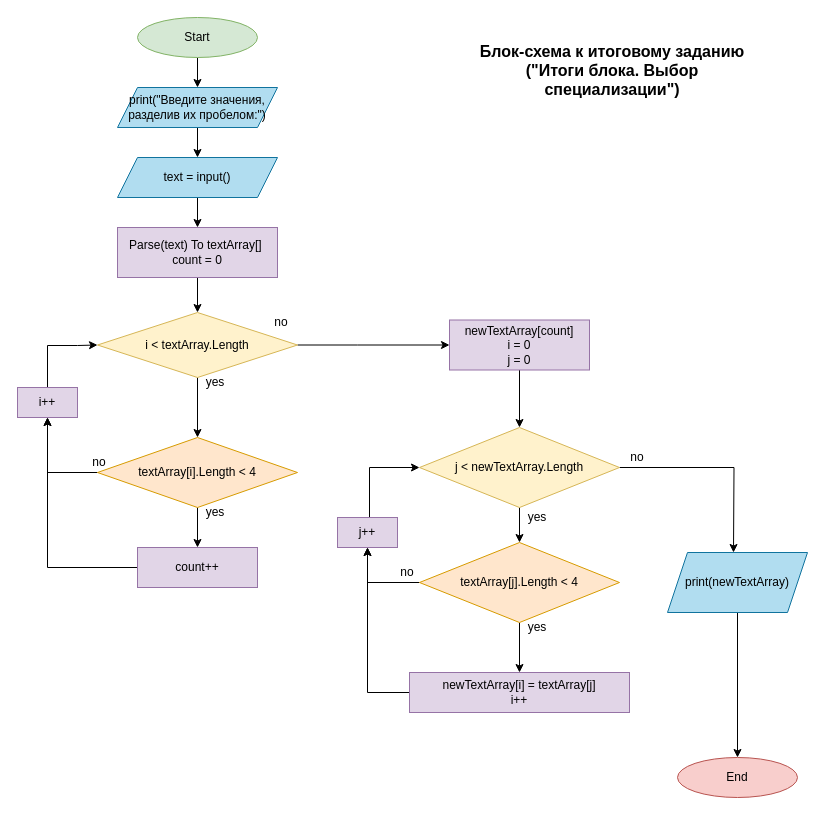
Earlier version of the draw.io diagram BlockDiagram.drawio (AlexanderFisaj/FirstFinalTask). Source tidied: cells renumbered, new cells numbered last; positions are measured from the earlier drawing's top-left corner, leaving out a move shared by most shapes. Both pictures are drawn from the tidied source at 100%, with x=0, y=0 at pixel (17, 17).
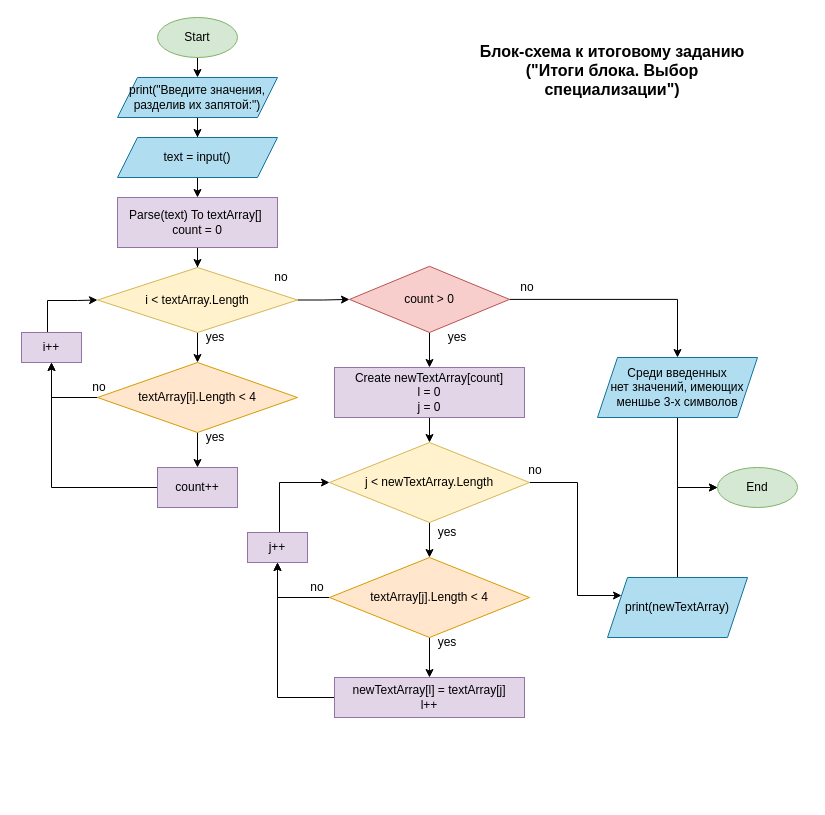
The same page after the edit.

Commit message (it also covers changes not shown here):
edited block diagrams

Change to the diagram source:
```diff
@@
     <mxCell id="3" value="Start" style="ellipse;whiteSpace=wrap;html=1;fillColor=#d5e8d4;strokeColor=#82b366;" parent="1" vertex="1">
-      <mxGeometry x="120" width="120" height="40" as="geometry" />
+      <mxGeometry x="140" width="80" height="40" as="geometry" />
     </mxCell>
-    <mxCell id="4" value="End" style="ellipse;whiteSpace=wrap;html=1;fillColor=#f8cecc;strokeColor=#b85450;" parent="1" vertex="1">
-      <mxGeometry x="660" y="740" width="120" height="40" as="geometry" />
+    <mxCell id="4" value="End" style="ellipse;whiteSpace=wrap;html=1;fillColor=#d5e8d4;strokeColor=#82b366;" parent="1" vertex="1">
+      <mxGeometry x="700" y="450" width="80" height="40" as="geometry" />
     </mxCell>
@@
-    <mxCell id="6" value="print(&quot;Введите значения, &lt;br&gt;разделив их пробелом:&quot;)" style="shape=parallelogram;perimeter=parallelogramPerimeter;whiteSpace=wrap;html=1;fixedSize=1;fillColor=#b1ddf0;strokeColor=#10739e;" parent="1" vertex="1">
-      <mxGeometry x="100" y="70" width="160" height="40" as="geometry" />
+    <mxCell id="6" value="print(&quot;Введите значения, &lt;br&gt;разделив их запятой:&quot;)" style="shape=parallelogram;perimeter=parallelogramPerimeter;whiteSpace=wrap;html=1;fixedSize=1;fillColor=#b1ddf0;strokeColor=#10739e;" parent="1" vertex="1">
+      <mxGeometry x="100" y="60" width="160" height="40" as="geometry" />
     </mxCell>
@@
     <mxCell id="8" value="text = input()" style="shape=parallelogram;perimeter=parallelogramPerimeter;whiteSpace=wrap;html=1;fixedSize=1;fillColor=#b1ddf0;strokeColor=#10739e;" parent="1" vertex="1">
-      <mxGeometry x="100" y="140" width="160" height="40" as="geometry" />
+      <mxGeometry x="100" y="120" width="160" height="40" as="geometry" />
     </mxCell>
@@
     <mxCell id="10" value="Parse(text) To textArray[]&amp;nbsp;&lt;br&gt;count = 0" style="whiteSpace=wrap;html=1;fillColor=#e1d5e7;strokeColor=#9673a6;" parent="1" vertex="1">
-      <mxGeometry x="100" y="210" width="160" height="50" as="geometry" />
+      <mxGeometry x="100" y="180" width="160" height="50" as="geometry" />
     </mxCell>
@@
-    <mxCell id="12" style="edgeStyle=orthogonalEdgeStyle;rounded=0;jettySize=auto;html=1;exitX=1;exitY=0.5;exitDx=0;exitDy=0;" parent="1" edge="1" source="13" target="24">
-      <mxGeometry relative="1" as="geometry">
-        <Array as="points">
-          <mxPoint x="340" y="328" />
-        </Array>
-      </mxGeometry>
-    </mxCell>
+    <mxCell id="44" style="edgeStyle=orthogonalEdgeStyle;rounded=0;jettySize=auto;html=1;" parent="1" edge="1" source="13" target="47">
+      <mxGeometry relative="1" as="geometry" />
+    </mxCell>
     <mxCell id="13" value="i &amp;lt; textArray.Length" style="rhombus;whiteSpace=wrap;html=1;fillColor=#fff2cc;strokeColor=#d6b656;" parent="1" vertex="1">
-      <mxGeometry x="80" y="295" width="200" height="65" as="geometry" />
+      <mxGeometry x="80" y="250" width="200" height="65" as="geometry" />
     </mxCell>
@@
     <mxCell id="16" value="textArray[i].Length &amp;lt; 4" style="rhombus;whiteSpace=wrap;html=1;fillColor=#ffe6cc;strokeColor=#d79b00;" parent="1" vertex="1">
-      <mxGeometry x="80" y="420" width="200" height="70" as="geometry" />
+      <mxGeometry x="80" y="345" width="200" height="70" as="geometry" />
     </mxCell>
@@
     <mxCell id="18" value="count++" style="whiteSpace=wrap;html=1;fillColor=#e1d5e7;strokeColor=#9673a6;" parent="1" vertex="1">
-      <mxGeometry x="120" y="530" width="120" height="40" as="geometry" />
+      <mxGeometry x="140" y="450" width="80" height="40" as="geometry" />
     </mxCell>
     <mxCell id="19" value="yes" style="text;html=1;strokeColor=none;fillColor=none;align=center;verticalAlign=middle;whiteSpace=wrap;rounded=0;" parent="1" vertex="1">
-      <mxGeometry x="180" y="360" width="36" height="10" as="geometry" />
+      <mxGeometry x="180" y="315" width="36" height="10" as="geometry" />
     </mxCell>
     <mxCell id="20" value="yes" style="text;html=1;strokeColor=none;fillColor=none;align=center;verticalAlign=middle;whiteSpace=wrap;rounded=0;" parent="1" vertex="1">
-      <mxGeometry x="180" y="490" width="36" height="10" as="geometry" />
+      <mxGeometry x="180" y="415" width="36" height="10" as="geometry" />
     </mxCell>
     <mxCell id="21" value="no" style="text;html=1;strokeColor=none;fillColor=none;align=center;verticalAlign=middle;whiteSpace=wrap;rounded=0;" parent="1" vertex="1">
-      <mxGeometry x="246" y="300" width="36" height="10" as="geometry" />
+      <mxGeometry x="246" y="255" width="36" height="10" as="geometry" />
     </mxCell>
     <mxCell id="22" value="no" style="text;html=1;strokeColor=none;fillColor=none;align=center;verticalAlign=middle;whiteSpace=wrap;rounded=0;" parent="1" vertex="1">
-      <mxGeometry x="64" y="440" width="36" height="10" as="geometry" />
+      <mxGeometry x="64" y="365" width="36" height="10" as="geometry" />
     </mxCell>
@@
-    <mxCell id="24" value="newTextArray[count]&lt;br&gt;i = 0&lt;br&gt;j = 0" style="rounded=0;whiteSpace=wrap;html=1;fillColor=#e1d5e7;strokeColor=#9673a6;" parent="1" vertex="1">
-      <mxGeometry x="432" y="302.5" width="140" height="50" as="geometry" />
+    <mxCell id="24" value="Create newTextArray[count]&lt;br&gt;l = 0&lt;br&gt;j = 0" style="rounded=0;whiteSpace=wrap;html=1;fillColor=#e1d5e7;strokeColor=#9673a6;" parent="1" vertex="1">
+      <mxGeometry x="317" y="350" width="190" height="50" as="geometry" />
     </mxCell>
@@
-    <mxCell id="26" style="edgeStyle=orthogonalEdgeStyle;rounded=0;jettySize=auto;html=1;" parent="1" edge="1" source="27">
+    <mxCell id="26" style="edgeStyle=orthogonalEdgeStyle;rounded=0;jettySize=auto;html=1;exitX=1;exitY=0.5;exitDx=0;exitDy=0;" parent="1" edge="1" source="27" target="42">
       <mxGeometry relative="1" as="geometry">
-        <mxPoint x="716" y="535" as="targetPoint" />
+        <Array as="points">
+          <mxPoint x="560" y="465" />
+          <mxPoint x="560" y="578" />
+        </Array>
       </mxGeometry>
     </mxCell>
     <mxCell id="27" value="j &amp;lt; newTextArray.Length" style="rhombus;whiteSpace=wrap;html=1;rounded=0;fillColor=#fff2cc;strokeColor=#d6b656;" parent="1" vertex="1">
-      <mxGeometry x="402" y="410" width="200" height="80" as="geometry" />
+      <mxGeometry x="312" y="425" width="200" height="80" as="geometry" />
     </mxCell>
@@
     <mxCell id="30" value="textArray[j].Length &amp;lt; 4" style="rhombus;whiteSpace=wrap;html=1;rounded=0;fillColor=#ffe6cc;strokeColor=#d79b00;" parent="1" vertex="1">
-      <mxGeometry x="402" y="525" width="200" height="80" as="geometry" />
+      <mxGeometry x="312" y="540" width="200" height="80" as="geometry" />
     </mxCell>
@@
-    <mxCell id="32" value="newTextArray[i] = textArray[j]&lt;br&gt;i++" style="whiteSpace=wrap;html=1;rounded=0;fillColor=#e1d5e7;strokeColor=#9673a6;" parent="1" vertex="1">
-      <mxGeometry x="392" y="655" width="220" height="40" as="geometry" />
+    <mxCell id="32" value="newTextArray[l] = textArray[j]&lt;br&gt;l++" style="whiteSpace=wrap;html=1;rounded=0;fillColor=#e1d5e7;strokeColor=#9673a6;" parent="1" vertex="1">
+      <mxGeometry x="317" y="660" width="190" height="40" as="geometry" />
     </mxCell>
     <mxCell id="33" style="edgeStyle=orthogonalEdgeStyle;rounded=0;jettySize=auto;html=1;entryX=0;entryY=0.5;entryDx=0;entryDy=0;" parent="1" edge="1" source="34" target="13">
       <mxGeometry relative="1" as="geometry">
         <Array as="points">
-          <mxPoint x="30" y="328" />
-          <mxPoint x="60" y="328" />
+          <mxPoint x="30" y="283" />
+          <mxPoint x="60" y="283" />
         </Array>
       </mxGeometry>
     </mxCell>
     <mxCell id="34" value="i++" style="rounded=0;whiteSpace=wrap;html=1;fillColor=#e1d5e7;strokeColor=#9673a6;" parent="1" vertex="1">
-      <mxGeometry y="370" width="60" height="30" as="geometry" />
+      <mxGeometry x="4" y="315" width="60" height="30" as="geometry" />
     </mxCell>
     <mxCell id="35" style="edgeStyle=orthogonalEdgeStyle;rounded=0;jettySize=auto;html=1;entryX=0;entryY=0.5;entryDx=0;entryDy=0;exitX=0.5;exitY=0;exitDx=0;exitDy=0;" parent="1" edge="1" source="36" target="27">
       <mxGeometry relative="1" as="geometry">
         <Array as="points">
-          <mxPoint x="352" y="500" />
-          <mxPoint x="352" y="450" />
+          <mxPoint x="262" y="515" />
+          <mxPoint x="262" y="465" />
         </Array>
       </mxGeometry>
     </mxCell>
     <mxCell id="36" value="j++" style="whiteSpace=wrap;html=1;rounded=0;fillColor=#e1d5e7;strokeColor=#9673a6;" parent="1" vertex="1">
-      <mxGeometry x="320" y="500" width="60" height="30" as="geometry" />
+      <mxGeometry x="230" y="515" width="60" height="30" as="geometry" />
     </mxCell>
     <mxCell id="37" value="yes" style="text;html=1;strokeColor=none;fillColor=none;align=center;verticalAlign=middle;whiteSpace=wrap;rounded=0;" parent="1" vertex="1">
-      <mxGeometry x="502" y="495" width="36" height="10" as="geometry" />
+      <mxGeometry x="412" y="510" width="36" height="10" as="geometry" />
     </mxCell>
     <mxCell id="38" value="yes" style="text;html=1;strokeColor=none;fillColor=none;align=center;verticalAlign=middle;whiteSpace=wrap;rounded=0;" parent="1" vertex="1">
-      <mxGeometry x="502" y="605" width="36" height="10" as="geometry" />
+      <mxGeometry x="412" y="620" width="36" height="10" as="geometry" />
     </mxCell>
     <mxCell id="39" value="no" style="text;html=1;strokeColor=none;fillColor=none;align=center;verticalAlign=middle;whiteSpace=wrap;rounded=0;" parent="1" vertex="1">
-      <mxGeometry x="372" y="550" width="36" height="10" as="geometry" />
+      <mxGeometry x="282" y="565" width="36" height="10" as="geometry" />
     </mxCell>
     <mxCell id="40" value="no" style="text;html=1;strokeColor=none;fillColor=none;align=center;verticalAlign=middle;whiteSpace=wrap;rounded=0;" parent="1" vertex="1">
-      <mxGeometry x="602" y="435" width="36" height="10" as="geometry" />
+      <mxGeometry x="500" y="447.5" width="36" height="10" as="geometry" />
     </mxCell>
-    <mxCell id="41" style="edgeStyle=orthogonalEdgeStyle;rounded=0;jettySize=auto;html=1;" parent="1" edge="1" source="42" target="4">
+    <mxCell id="41" style="edgeStyle=orthogonalEdgeStyle;rounded=0;jettySize=auto;html=1;entryX=0;entryY=0.5;entryDx=0;entryDy=0;" parent="1" edge="1" source="42" target="4">
       <mxGeometry relative="1" as="geometry" />
     </mxCell>
     <mxCell id="42" value="print(newTextArray)" style="shape=parallelogram;perimeter=parallelogramPerimeter;whiteSpace=wrap;html=1;fixedSize=1;fillColor=#b1ddf0;strokeColor=#10739e;" parent="1" vertex="1">
-      <mxGeometry x="650" y="535" width="140" height="60" as="geometry" />
+      <mxGeometry x="590" y="560" width="140" height="60" as="geometry" />
     </mxCell>
@@
+    <mxCell id="45" style="edgeStyle=orthogonalEdgeStyle;rounded=0;jettySize=auto;html=1;" parent="1" edge="1" source="47" target="24">
+      <mxGeometry relative="1" as="geometry" />
+    </mxCell>
+    <mxCell id="46" style="edgeStyle=orthogonalEdgeStyle;rounded=0;jettySize=auto;html=1;" parent="1" edge="1" source="47" target="49">
+      <mxGeometry relative="1" as="geometry" />
+    </mxCell>
+    <mxCell id="47" value="count &amp;gt; 0" style="rhombus;whiteSpace=wrap;html=1;fillColor=#f8cecc;strokeColor=#b85450;" parent="1" vertex="1">
+      <mxGeometry x="332" y="248.8" width="160" height="66.2" as="geometry" />
+    </mxCell>
+    <mxCell id="48" style="edgeStyle=orthogonalEdgeStyle;rounded=0;jettySize=auto;html=1;entryX=0;entryY=0.5;entryDx=0;entryDy=0;" parent="1" edge="1" source="49" target="4">
+      <mxGeometry relative="1" as="geometry" />
+    </mxCell>
+    <mxCell id="49" value="Среди введенных&lt;br&gt;нет значений, имеющих &lt;br&gt;меншье 3-х символов" style="shape=parallelogram;perimeter=parallelogramPerimeter;whiteSpace=wrap;html=1;fixedSize=1;fillColor=#b1ddf0;strokeColor=#10739e;" parent="1" vertex="1">
+      <mxGeometry x="580" y="340" width="160" height="60" as="geometry" />
+    </mxCell>
+    <mxCell id="50" value="yes" style="text;html=1;strokeColor=none;fillColor=none;align=center;verticalAlign=middle;whiteSpace=wrap;rounded=0;" parent="1" vertex="1">
+      <mxGeometry x="422" y="315" width="36" height="10" as="geometry" />
+    </mxCell>
+    <mxCell id="51" value="no" style="text;html=1;strokeColor=none;fillColor=none;align=center;verticalAlign=middle;whiteSpace=wrap;rounded=0;" parent="1" vertex="1">
+      <mxGeometry x="492" y="265" width="36" height="10" as="geometry" />
+    </mxCell>
```
